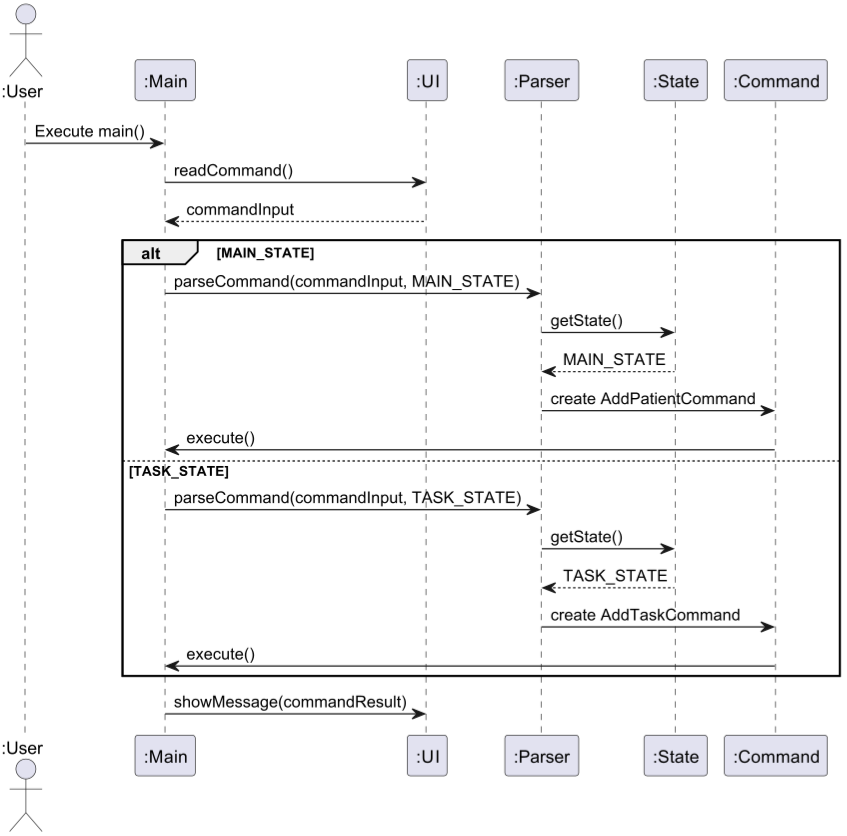
Above: docs/images/StateSwitchingSequenceDiagram.png in nus-cs2113-AY2425S1/tp (PlantUML), before the change. Its source is kept beside it as docs/diagrams/StateSwitchingSequenceDiagram.puml. Its diagram source:
```plantuml
@startuml
actor ":User" as U
participant ":Main" as M
participant ":UI" as UI
participant ":Parser" as P
participant ":State" as S
participant ":Command" as C

U -> M: Execute main()
M -> UI: readCommand()
UI --> M: commandInput

alt MAIN_STATE
    M -> P: parseCommand(commandInput, MAIN_STATE)
    P -> S: getState()
    S --> P: MAIN_STATE
    P -> C: create AddPatientCommand
    C -> M: execute()

else TASK_STATE
    M -> P: parseCommand(commandInput, TASK_STATE)
    P -> S: getState()
    S --> P: TASK_STATE
    P -> C: create AddTaskCommand
    C -> M: execute()

end

M -> UI: showMessage(commandResult)

@enduml
```
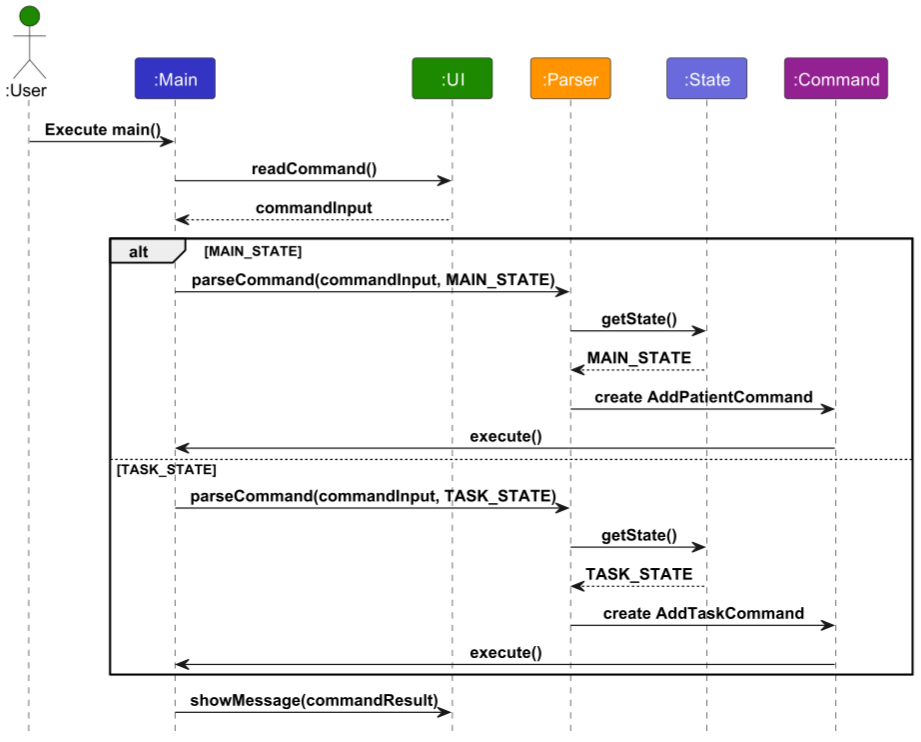
Above is the later version.

Change to the diagram source:
```diff
@@ -1,10 +1,12 @@
 @startuml
-actor ":User" as U
-participant ":Main" as M
-participant ":UI" as UI
-participant ":Parser" as P
-participant ":State" as S
-participant ":Command" as C
+!include style.puml
+
+actor ":User" as U UI_COLOR
+participant ":Main" as M LOGIC_COLOR
+participant ":UI" as UI UI_COLOR
+participant ":Parser" as P PARSER_COLOR
+participant ":State" as S LOGIC_COLOR_T2
+participant ":Command" as C COMMAND_COLOR
 
 U -> M: Execute main()
 M -> UI: readCommand()
```
